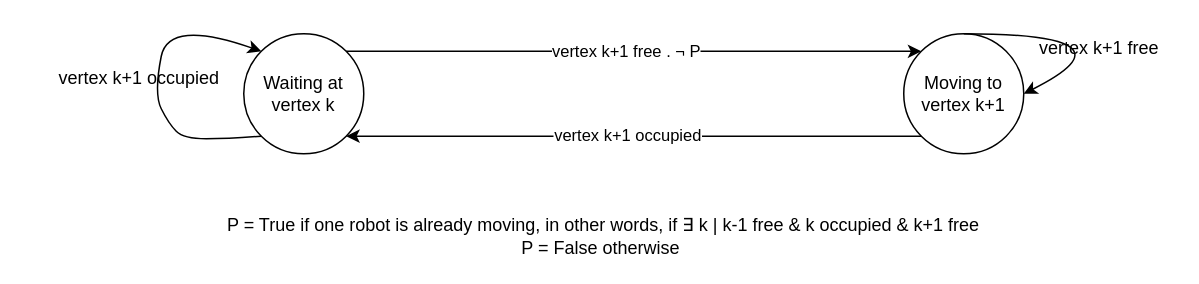
Earlier version of the draw.io diagram conception/mission_.drawio (Sevla8/Multi-robot_navigation_and_control_for_acoustic_inspection_of_metal_plate_structures). Source tidied: cells renumbered, new cells numbered last; positions are measured from the earlier drawing's top-left corner, leaving out a move shared by most shapes. Both pictures are drawn from the tidied source at 150%, with x=0, y=0 at pixel (40, 18).
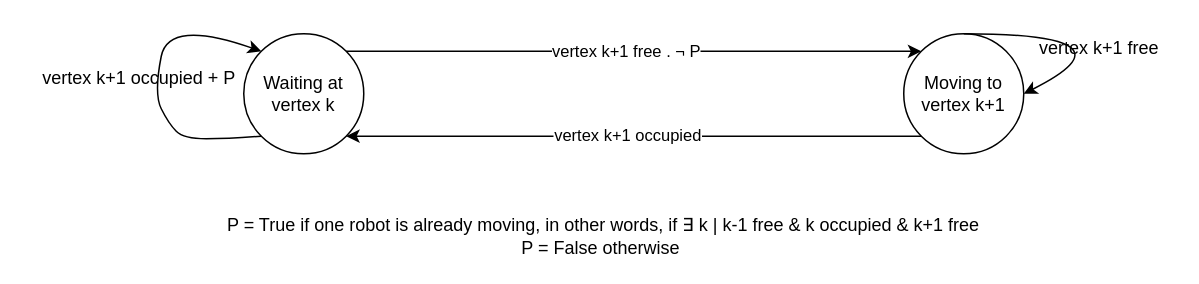
The same page after the edit.

What changed in the source:
```diff
@@
 <mxGraphModel>
   <root>
     <mxCell id="0" />
     <mxCell id="1" parent="0" />
     <mxCell id="2" value="Waiting at vertex k" style="ellipse;whiteSpace=wrap;html=1;" parent="1" vertex="1">
       <mxGeometry x="135" y="10" width="80" height="80" as="geometry" />
     </mxCell>
     <mxCell id="3" value="Moving to vertex k+1" style="ellipse;whiteSpace=wrap;html=1;" parent="1" vertex="1">
       <mxGeometry x="575" y="10" width="80" height="80" as="geometry" />
     </mxCell>
     <mxCell id="4" style="curved=1;endArrow=classic;html=1;exitX=0;exitY=1;exitDx=0;exitDy=0;entryX=0;entryY=0;entryDx=0;entryDy=0;" parent="1" edge="1" source="2" target="2">
       <mxGeometry relative="1" as="geometry">
         <Array as="points">
           <mxPoint x="125" y="80" />
           <mxPoint x="95" y="80" />
           <mxPoint x="85" y="70" />
           <mxPoint x="75" y="50" />
           <mxPoint x="85" />
         </Array>
       </mxGeometry>
     </mxCell>
     <mxCell id="5" style="endArrow=classic;html=1;curved=1;exitX=1;exitY=0;exitDx=0;exitDy=0;entryX=0;entryY=0;entryDx=0;entryDy=0;" parent="1" edge="1" source="2" target="3">
       <mxGeometry relative="1" as="geometry" />
     </mxCell>
     <mxCell id="6" value="vertex k+1 free&amp;nbsp;.&amp;nbsp;¬ P" style="edgeLabel;html=1;align=center;verticalAlign=middle;" parent="5" vertex="1">
       <mxGeometry x="-0.43" y="-2" relative="1" as="geometry">
         <mxPoint x="77" y="-2" as="offset" />
       </mxGeometry>
     </mxCell>
     <mxCell id="7" style="endArrow=classic;html=1;curved=1;exitX=0.5;exitY=0;exitDx=0;exitDy=0;entryX=1;entryY=0.5;entryDx=0;entryDy=0;" parent="1" edge="1" source="3" target="3">
       <mxGeometry relative="1" as="geometry">
         <Array as="points">
           <mxPoint x="735" y="10" />
         </Array>
       </mxGeometry>
     </mxCell>
     <mxCell id="8" value="vertex k+1 free" style="text;html=1;align=center;verticalAlign=middle;strokeColor=none;fillColor=none;" parent="1" vertex="1">
       <mxGeometry x="655" y="5" width="100" height="30" as="geometry" />
     </mxCell>
-    <mxCell id="9" value="vertex k+1 occupied" style="text;html=1;align=center;verticalAlign=middle;strokeColor=none;fillColor=none;" parent="1" vertex="1">
-      <mxGeometry y="25" width="130" height="30" as="geometry" />
+    <mxCell id="9" value="vertex k+1 occupied + P" style="text;html=1;align=center;verticalAlign=middle;strokeColor=none;fillColor=none;" parent="1" vertex="1">
+      <mxGeometry x="-10" y="25" width="150" height="30" as="geometry" />
     </mxCell>
     <mxCell id="10" style="endArrow=classic;html=1;curved=1;exitX=0;exitY=1;exitDx=0;exitDy=0;entryX=1;entryY=1;entryDx=0;entryDy=0;" parent="1" edge="1" source="3" target="2">
       <mxGeometry relative="1" as="geometry" />
     </mxCell>
     <mxCell id="11" value="vertex k+1 occupied" style="edgeLabel;html=1;align=center;verticalAlign=middle;" parent="10" vertex="1">
       <mxGeometry x="0.16" y="-1" relative="1" as="geometry">
         <mxPoint x="26" as="offset" />
       </mxGeometry>
     </mxCell>
     <mxCell id="12" value="P = True if one robot is already moving, in other words, if&amp;nbsp;∃ k | k-1 free &amp;amp; k occupied &amp;amp; k+1 free&lt;br&gt;P = False otherwise&amp;nbsp;" style="text;html=1;strokeColor=none;fillColor=none;align=center;verticalAlign=middle;whiteSpace=wrap;rounded=0;" parent="1" vertex="1">
       <mxGeometry x="55" y="130" width="640" height="30" as="geometry" />
     </mxCell>
   </root>
 </mxGraphModel>
```
